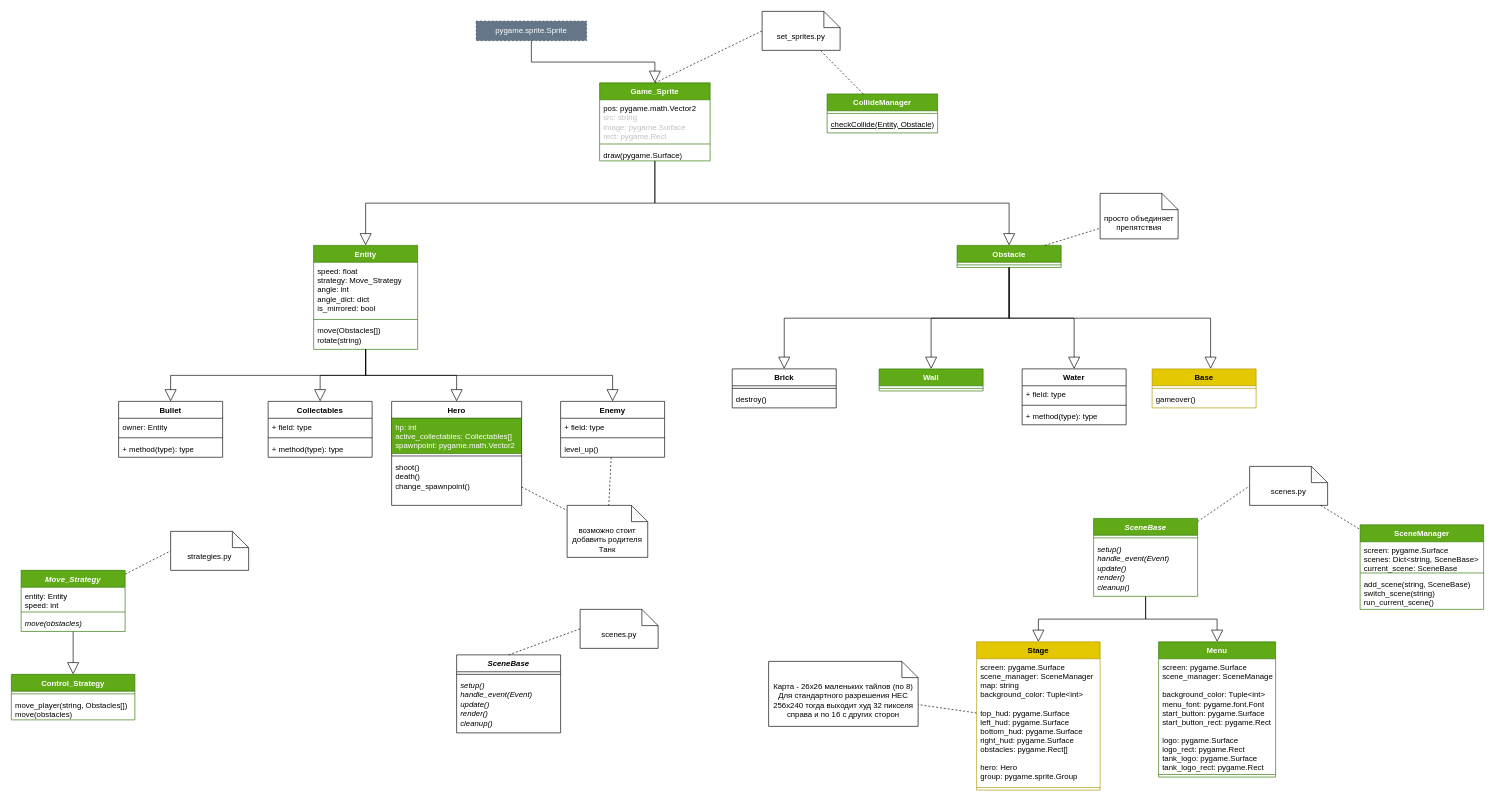
Above: UML.drawio in MoNaK-Wales/battle_city (draw.io), before the change. Source tidied: cells renumbered, new cells numbered last; positions are measured from the earlier drawing's top-left corner, leaving out a move shared by most shapes. Both pictures are drawn from the tidied source at 65%, with x=0, y=0 at pixel (11, 11).
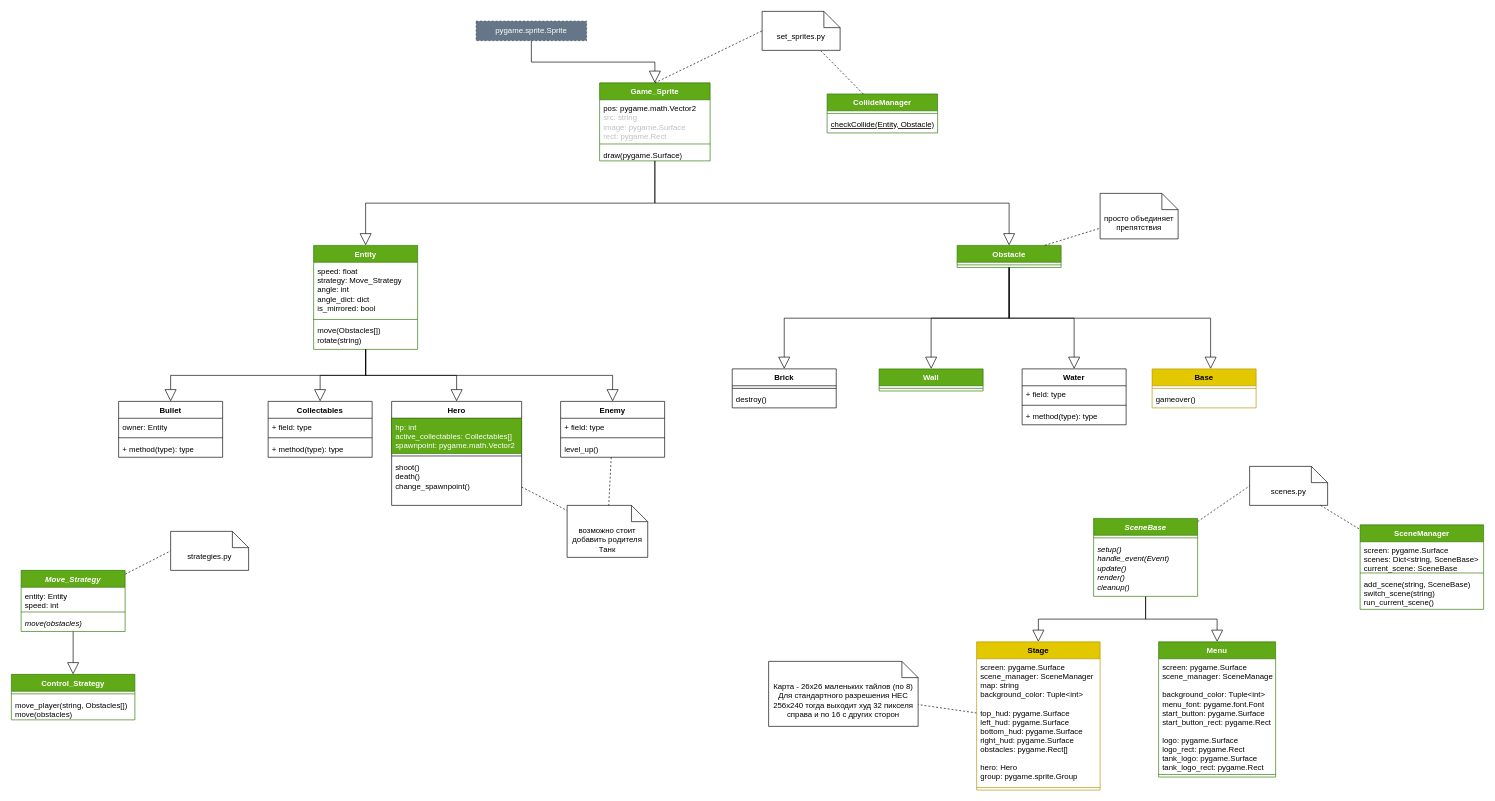
Above is the later version.

Commit message (it also covers changes not shown here):
rotating to the wall

Change to the diagram source:
```diff
@@
-    <mxCell id="42" value="&lt;i&gt;SceneBase&lt;/i&gt;" style="swimlane;fontStyle=1;align=center;verticalAlign=top;horizontal=1;startSize=26;whiteSpace=wrap;html=1;" parent="1" vertex="1">
-      <mxGeometry x="685" y="990" width="160" height="120" as="geometry" />
-    </mxCell>
-    <mxCell id="43" style="line;strokeWidth=1;fillColor=none;align=left;verticalAlign=middle;spacingTop=-1;spacingLeft=3;spacingRight=3;labelPosition=right;strokeColor=inherit;" parent="42" vertex="1">
-      <mxGeometry y="26" width="160" height="8" as="geometry" />
-    </mxCell>
-    <mxCell id="44" value="&lt;i&gt;setup()&lt;/i&gt;&lt;div&gt;&lt;i&gt;handle_event(Event)&lt;/i&gt;&lt;/div&gt;&lt;div&gt;&lt;i&gt;update()&lt;/i&gt;&lt;/div&gt;&lt;div&gt;&lt;i&gt;render()&lt;/i&gt;&lt;/div&gt;&lt;div&gt;&lt;i&gt;cleanup()&lt;/i&gt;&lt;/div&gt;" style="text;strokeColor=none;fillColor=none;align=left;verticalAlign=top;spacingLeft=4;spacingRight=4;overflow=hidden;whiteSpace=wrap;html=1;" parent="42" vertex="1">
-      <mxGeometry y="34" width="160" height="86" as="geometry" />
-    </mxCell>
@@
-    <mxCell id="47" value="scenes.py" style="shape=note2;boundedLbl=1;whiteSpace=wrap;html=1;size=25;verticalAlign=top;align=center;" parent="1" vertex="1">
-      <mxGeometry x="875" y="920" width="120" height="60" as="geometry" />
-    </mxCell>
@@
-    <mxCell id="50" style="endArrow=none;dashed=1;html=1;rounded=0;entryX=0;entryY=0.5;entryDx=0;entryDy=0;entryPerimeter=0;exitX=0.5;exitY=0;exitDx=0;exitDy=0;" parent="1" edge="1" source="42" target="47">
-      <mxGeometry relative="1" as="geometry" />
-    </mxCell>
```
